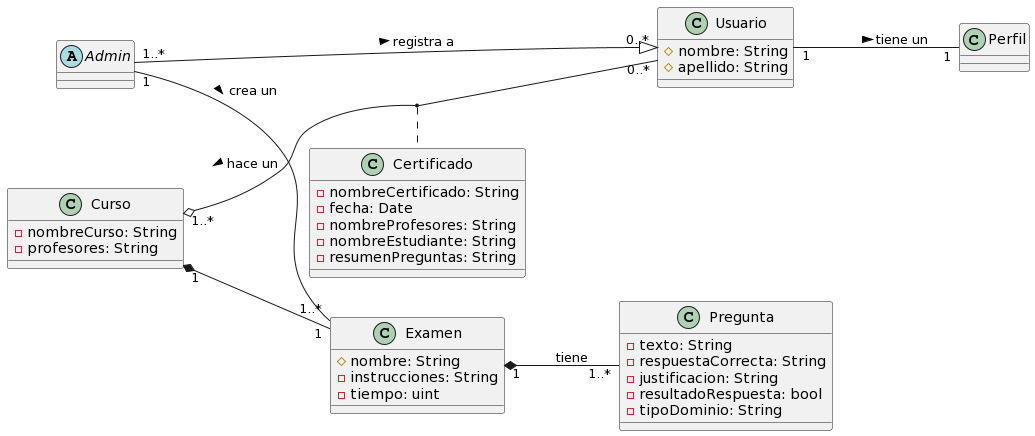
This is docs/scenariosView/DiagramaClases/Class.png from Carverz/IS-022023_Proyecto-Grupo-4, a PlantUML export, as it was before one commit. Its diagram source:
```plantuml
@startuml
left to right direction
skinparam Nodesep 40
skinparam boxsize 100 50

class Usuario {
  # nombre: String
  # apellido: String
}

class Perfil{
}

abstract Admin {
}

class Examen {
  # nombre: String
  - instrucciones: String
  - tiempo: uint
}

class Pregunta {
  - texto: String
  - respuestaCorrecta: String
  - justificacion: String
  - resultadoRespuesta: bool
  - tipoDominio: String
}

class Certificado {
  - nombreCertificado: String
  - fecha: Date
  - nombreProfesores: String
  - nombreEstudiante: String
  - resumenPreguntas: String
}

class Curso{
  - nombreCurso: String
  - profesores: String
}


Curso "1..*" o-- "0..*" Usuario : hace un <
Curso "1" *-- "1" Examen
Usuario "1" -- "1" Perfil : tiene un >
Admin "1" -- "1..*" Examen : crea un >
Examen "1" *-- "1..*" Pregunta : tiene
Admin "1..*" --|> "0..*" Usuario : registra a >
(Curso,Usuario) . Certificado
@enduml
```
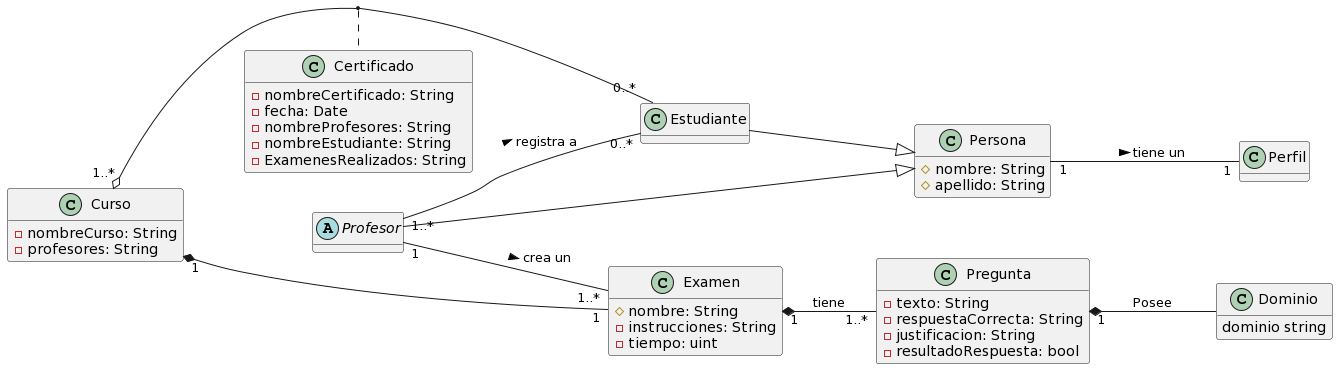
After the commit.

Commit message:
Arreglos diagrama de Clases

The edit, as a diff of the source:
```diff
@@ -2,16 +2,23 @@
 left to right direction
 skinparam Nodesep 40
 skinparam boxsize 100 50
+skinparam noteBackgroundColor transparent
+skinparam noteBorderColor transparent
+hide methods
 
-class Usuario {
+class Persona{
   # nombre: String
   # apellido: String
+}
+
+class Estudiante {
+
 }
 
 class Perfil{
 }
 
-abstract Admin {
+abstract Profesor {
 }
 
 class Examen {
@@ -25,7 +32,6 @@
   - respuestaCorrecta: String
   - justificacion: String
   - resultadoRespuesta: bool
-  - tipoDominio: String
 }
 
 class Certificado {
@@ -33,7 +39,7 @@
   - fecha: Date
   - nombreProfesores: String
   - nombreEstudiante: String
-  - resumenPreguntas: String
+  - ExamenesRealizados: String
 }
 
 class Curso{
@@ -41,12 +47,18 @@
   - profesores: String
 }
 
+class Dominio{
+  dominio string
+}
 
-Curso "1..*" o-- "0..*" Usuario : hace un <
+Profesor --|> Persona
+Estudiante --|> Persona
+Curso "1..*" o-- "0..*" Estudiante
 Curso "1" *-- "1" Examen
-Usuario "1" -- "1" Perfil : tiene un >
-Admin "1" -- "1..*" Examen : crea un >
+Persona "1" -- "1" Perfil : tiene un >
+Profesor "1" -- "1..*" Examen : crea un >
 Examen "1" *-- "1..*" Pregunta : tiene
-Admin "1..*" --|> "0..*" Usuario : registra a >
-(Curso,Usuario) . Certificado
+Profesor "1..*" -- "0..*" Estudiante : registra a >
+Pregunta "1" *-- Dominio: Posee
+(Curso,Estudiante) . Certificado
 @enduml
```
